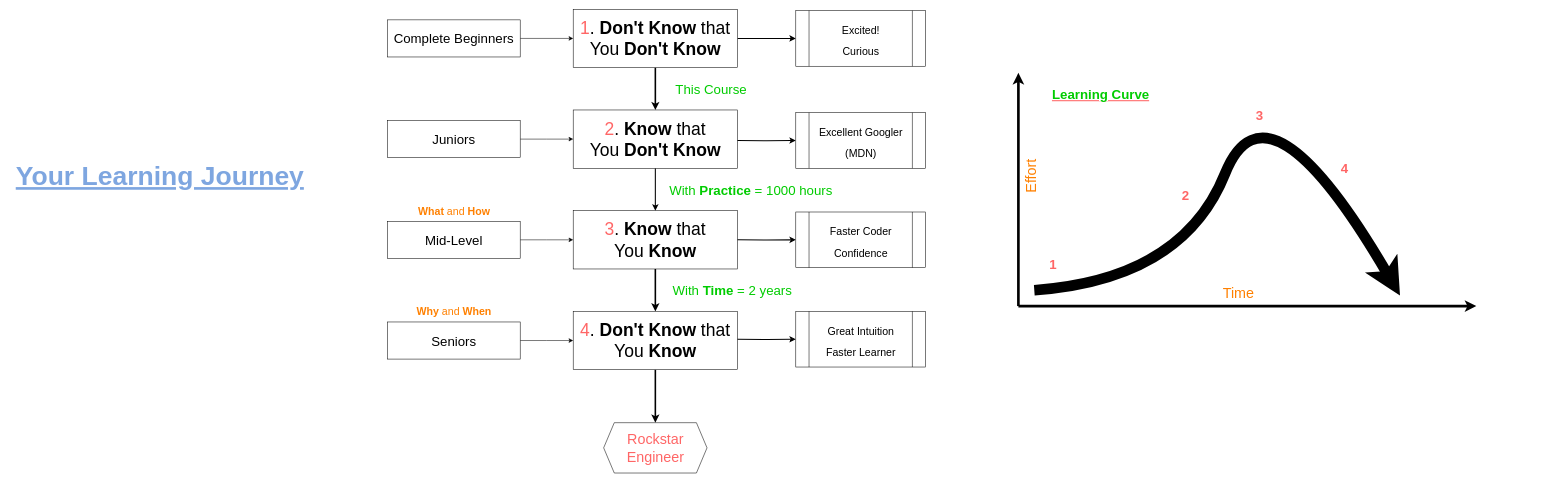
Earlier version of the draw.io diagram page "Pedagogy" (2 of 3) of overview.drawio (1-11-1/FrontendCourse2021). Source tidied: cells renumbered, new cells numbered last; positions are measured from the earlier drawing's top-left corner, leaving out a move shared by most shapes. Both pictures are drawn from the tidied source at 53%, with x=0, y=0 at pixel (11, 9).
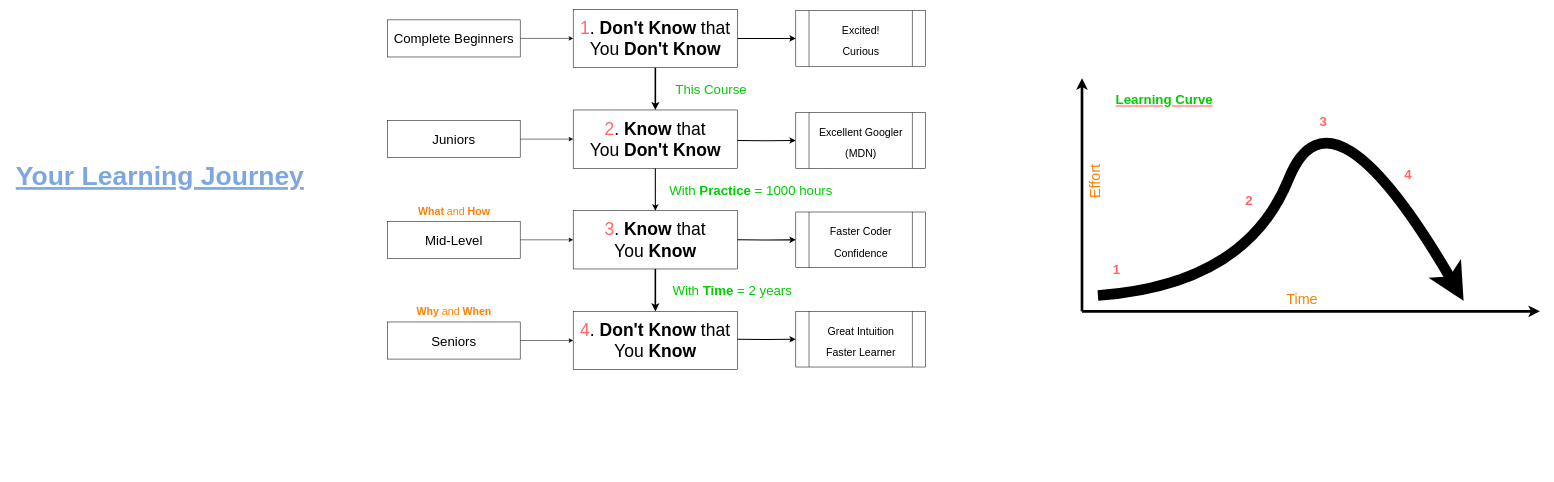
The same page after the edit.

Unchanged cells that the change refers to:
```xml
<mxCell id="17" value="&lt;font color=&quot;#ff6666&quot;&gt;4&lt;/font&gt;. &lt;b&gt;Don't&lt;/b&gt;&amp;nbsp;&lt;b&gt;Know&lt;/b&gt; that &lt;br&gt;You &lt;b&gt;Know&lt;/b&gt;" style="whiteSpace=wrap;html=1;fontSize=33;fontStyle=0;" parent="1" vertex="1">
  <mxGeometry x="1060" y="570" width="310" height="110" as="geometry" />
</mxCell>
```

Diff of the diagram source:
```diff
@@
-    <mxCell id="16" style="edgeStyle=orthogonalEdgeStyle;curved=1;rounded=0;jettySize=auto;html=1;strokeWidth=3;fontSize=1;fontColor=#FF9999;" parent="1" edge="1" source="17" target="30">
-      <mxGeometry relative="1" as="geometry" />
-    </mxCell>
@@
-    <mxCell id="30" value="&lt;font color=&quot;#ff6666&quot;&gt;Rockstar Engineer&lt;/font&gt;" style="shape=hexagon;perimeter=hexagonPerimeter2;whiteSpace=wrap;html=1;fixedSize=1;fontSize=27;fontStyle=0;" parent="1" vertex="1">
-      <mxGeometry x="1117.5" y="780" width="195" height="95" as="geometry" />
-    </mxCell>
     <mxCell id="31" style="group;" parent="1" vertex="1">
-      <mxGeometry x="1900" y="110" width="864" height="460" as="geometry" />
+      <mxGeometry x="2020" y="120" width="864" height="460" as="geometry" />
     </mxCell>
```
